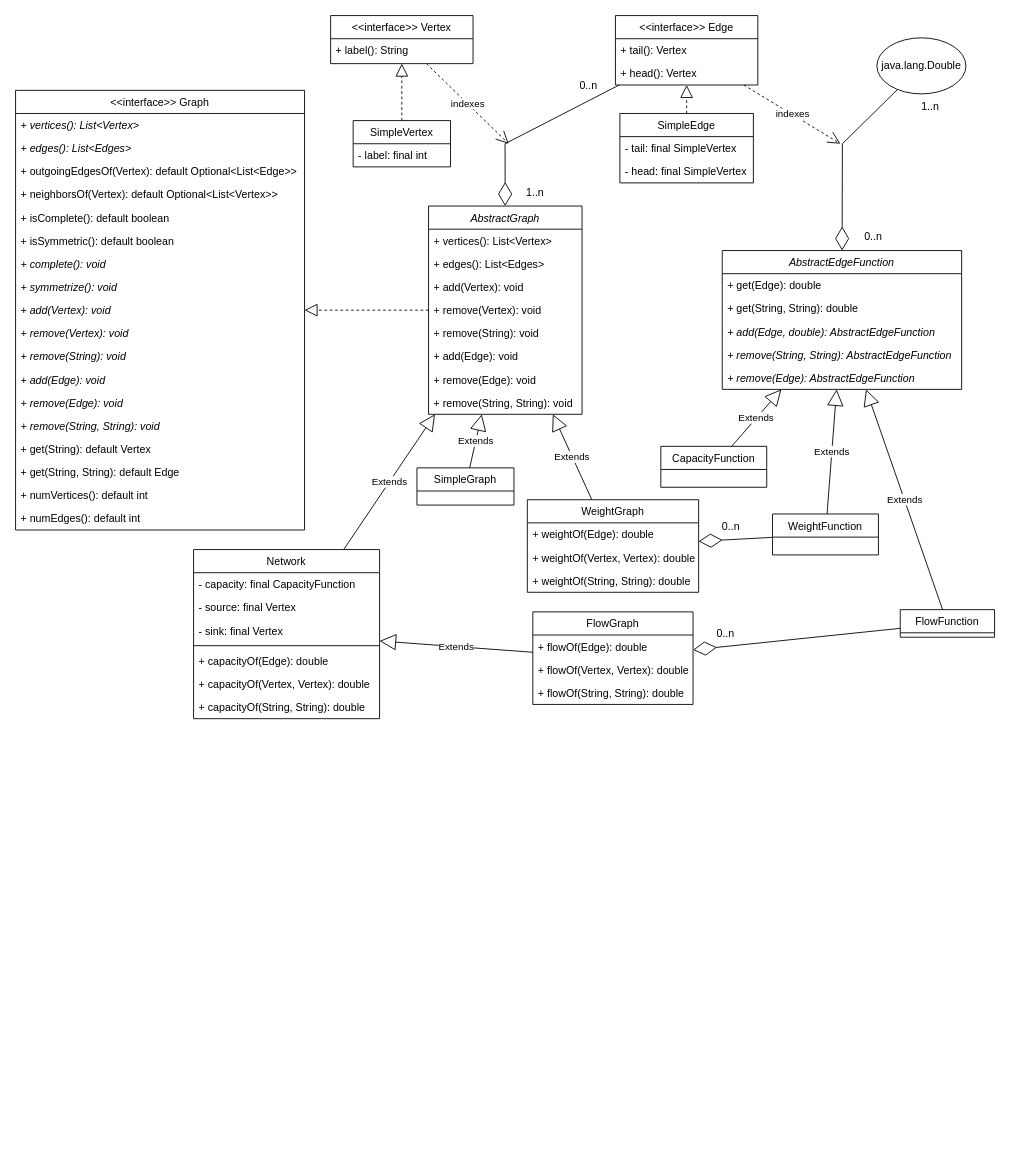
Above: docs/graph.drawio in mgmu/jraf (draw.io), before the change. Source tidied: cells renumbered, new cells numbered last; positions are measured from the earlier drawing's top-left corner, leaving out a move shared by most shapes. Both pictures are drawn from the tidied source at 89%, with x=0, y=0 at pixel (15, 15).
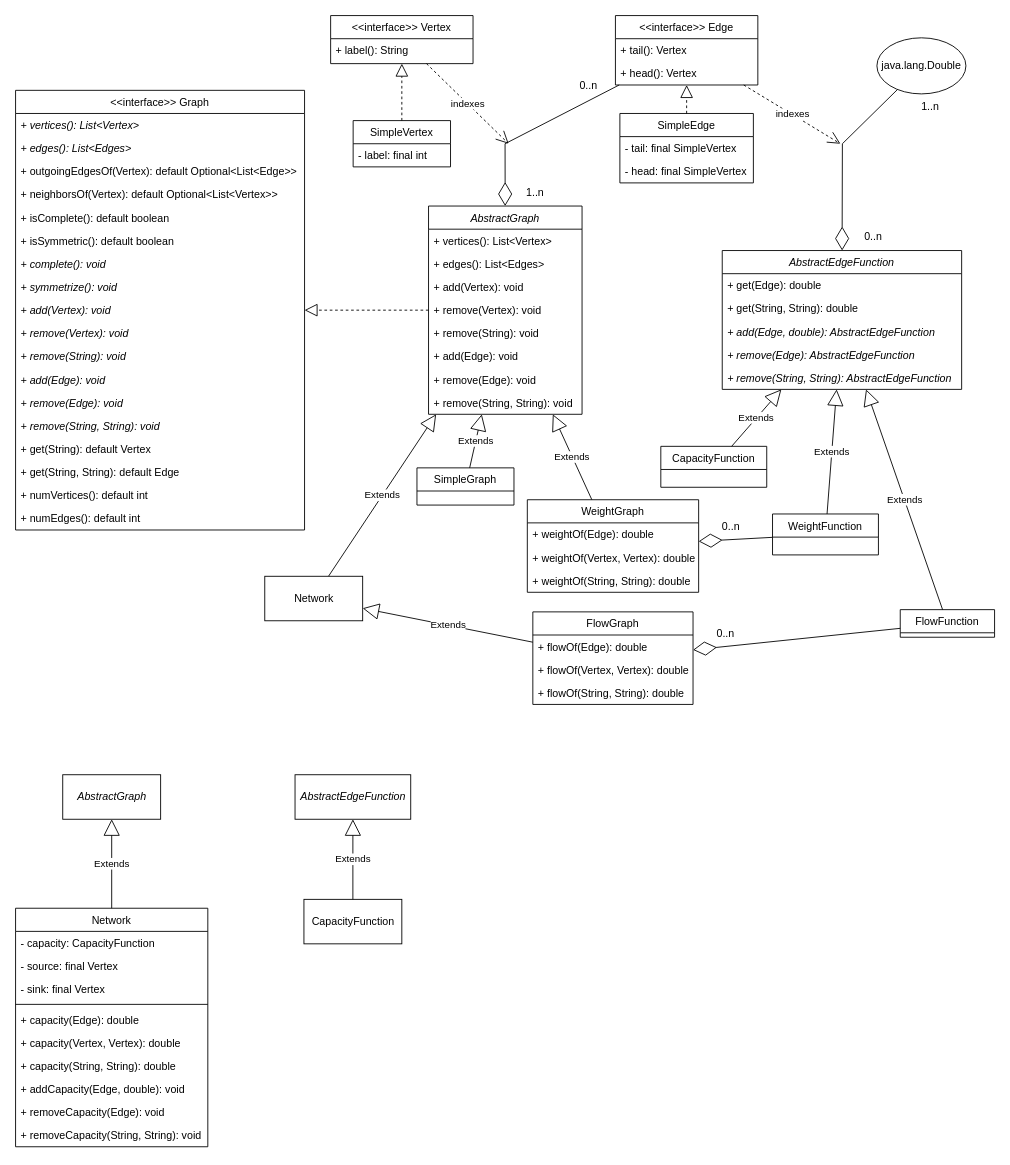
Above is the later version.

Commit message:
Updated network type diagram

Unchanged cells that the change refers to:
```xml
<mxCell id="33" value="FlowGraph" style="swimlane;fontStyle=0;align=center;verticalAlign=top;horizontal=1;startSize=26;rounded=0;shadow=0;strokeWidth=1;" parent="1" vertex="1">
  <mxGeometry x="581.2" y="670" width="180" height="104" as="geometry" />
</mxCell>
<mxCell id="41" value="AbstractEdgeFunction" style="swimlane;fontStyle=2;align=center;verticalAlign=top;horizontal=1;startSize=26;rounded=0;shadow=0;strokeWidth=1;" parent="1" vertex="1">
  <mxGeometry x="794" y="264" width="269" height="156" as="geometry" />
</mxCell>
<mxCell id="60" value="AbstractGraph" style="swimlane;fontStyle=2;align=center;verticalAlign=top;horizontal=1;startSize=26;rounded=0;shadow=0;strokeWidth=1;" parent="1" vertex="1">
  <mxGeometry x="464" y="214" width="172.5" height="234" as="geometry" />
</mxCell>
```

Diff of the diagram source:
```diff
@@
-    <mxCell id="37" value="Extends" style="endArrow=block;endSize=16;endFill=0;html=1;rounded=0;" parent="1" edge="1" source="33" target="76">
+    <mxCell id="37" value="Extends" style="endArrow=block;endSize=16;endFill=0;html=1;rounded=0;" parent="1" edge="1" source="33" target="98">
       <mxGeometry relative="1" as="geometry" />
     </mxCell>
@@
+    <mxCell id="46" value="+ remove(Edge): AbstractEdgeFunction" style="text;strokeColor=none;fillColor=none;align=left;verticalAlign=top;spacingLeft=4;spacingRight=4;overflow=hidden;fontStyle=2;" parent="41" vertex="1">
+      <mxGeometry y="104" width="269" height="26" as="geometry" />
+    </mxCell>
     <mxCell id="45" value="+ remove(String, String): AbstractEdgeFunction" style="text;strokeColor=none;fillColor=none;align=left;verticalAlign=top;spacingLeft=4;spacingRight=4;overflow=hidden;fontStyle=2;" parent="41" vertex="1">
-      <mxGeometry y="104" width="269" height="26" as="geometry" />
+      <mxGeometry y="130" width="269" height="26" as="geometry" />
     </mxCell>
-    <mxCell id="46" value="+ remove(Edge): AbstractEdgeFunction" style="text;strokeColor=none;fillColor=none;align=left;verticalAlign=top;spacingLeft=4;spacingRight=4;overflow=hidden;fontStyle=2;" parent="41" vertex="1">
-      <mxGeometry y="130" width="269" height="26" as="geometry" />
-    </mxCell>
@@
-    <mxCell id="76" value="Network" style="swimlane;fontStyle=0;align=center;verticalAlign=top;horizontal=1;startSize=26;rounded=0;shadow=0;strokeWidth=1;" parent="1" vertex="1">
-      <mxGeometry x="200" y="600" width="209" height="190" as="geometry" />
-    </mxCell>
-    <mxCell id="77" value="- capacity: final CapacityFunction" style="text;strokeColor=none;fillColor=none;align=left;verticalAlign=top;spacingLeft=4;spacingRight=4;overflow=hidden;" parent="76" vertex="1">
-      <mxGeometry y="26" width="209" height="26" as="geometry" />
-    </mxCell>
-    <mxCell id="78" value="- source: final Vertex" style="text;strokeColor=none;fillColor=none;align=left;verticalAlign=top;spacingLeft=4;spacingRight=4;overflow=hidden;" parent="76" vertex="1">
-      <mxGeometry y="52" width="209" height="26" as="geometry" />
-    </mxCell>
-    <mxCell id="79" value="- sink: final Vertex" style="text;strokeColor=none;fillColor=none;align=left;verticalAlign=top;spacingLeft=4;spacingRight=4;overflow=hidden;" parent="76" vertex="1">
-      <mxGeometry y="78" width="209" height="26" as="geometry" />
-    </mxCell>
-    <mxCell id="80" style="line;strokeWidth=1;fillColor=none;align=left;verticalAlign=middle;spacingTop=-1;spacingLeft=3;spacingRight=3;labelPosition=right;strokeColor=inherit;" parent="76" vertex="1">
-      <mxGeometry y="104" width="209" height="8" as="geometry" />
-    </mxCell>
-    <mxCell id="81" value="+ capacityOf(Edge): double" style="text;strokeColor=none;fillColor=none;align=left;verticalAlign=top;spacingLeft=4;spacingRight=4;overflow=hidden;" parent="76" vertex="1">
-      <mxGeometry y="112" width="209" height="26" as="geometry" />
-    </mxCell>
-    <mxCell id="82" value="+ capacityOf(Vertex, Vertex): double" style="text;strokeColor=none;fillColor=none;align=left;verticalAlign=top;spacingLeft=4;spacingRight=4;overflow=hidden;" parent="76" vertex="1">
-      <mxGeometry y="138" width="209" height="26" as="geometry" />
-    </mxCell>
-    <mxCell id="83" value="+ capacityOf(String, String): double" style="text;strokeColor=none;fillColor=none;align=left;verticalAlign=top;spacingLeft=4;spacingRight=4;overflow=hidden;" parent="76" vertex="1">
-      <mxGeometry y="164" width="209" height="26" as="geometry" />
-    </mxCell>
-    <mxCell id="84" value="Extends" style="endArrow=block;endSize=16;endFill=0;html=1;rounded=0;" parent="1" edge="1" source="76" target="60">
+    <mxCell id="84" value="Extends" style="endArrow=block;endSize=16;endFill=0;html=1;rounded=0;" parent="1" edge="1" source="98" target="60">
       <mxGeometry relative="1" as="geometry" />
     </mxCell>
@@
+    <mxCell id="76" value="Network" style="swimlane;fontStyle=0;align=center;verticalAlign=top;horizontal=1;startSize=26;rounded=0;shadow=0;strokeWidth=1;" parent="1" vertex="1">
+      <mxGeometry y="1003" width="216" height="268" as="geometry" />
+    </mxCell>
+    <mxCell id="89" value="- capacity: CapacityFunction" style="text;strokeColor=none;fillColor=none;align=left;verticalAlign=top;spacingLeft=4;spacingRight=4;overflow=hidden;" parent="76" vertex="1">
+      <mxGeometry y="26" width="216" height="26" as="geometry" />
+    </mxCell>
+    <mxCell id="78" value="- source: final Vertex" style="text;strokeColor=none;fillColor=none;align=left;verticalAlign=top;spacingLeft=4;spacingRight=4;overflow=hidden;" parent="76" vertex="1">
+      <mxGeometry y="52" width="216" height="26" as="geometry" />
+    </mxCell>
+    <mxCell id="79" value="- sink: final Vertex" style="text;strokeColor=none;fillColor=none;align=left;verticalAlign=top;spacingLeft=4;spacingRight=4;overflow=hidden;" parent="76" vertex="1">
+      <mxGeometry y="78" width="216" height="26" as="geometry" />
+    </mxCell>
+    <mxCell id="90" style="line;strokeWidth=1;fillColor=none;align=left;verticalAlign=middle;spacingTop=-1;spacingLeft=3;spacingRight=3;labelPosition=right;strokeColor=inherit;" parent="76" vertex="1">
+      <mxGeometry y="104" width="216" height="8" as="geometry" />
+    </mxCell>
+    <mxCell id="91" value="+ capacity(Edge): double" style="text;strokeColor=none;fillColor=none;align=left;verticalAlign=top;spacingLeft=4;spacingRight=4;overflow=hidden;" parent="76" vertex="1">
+      <mxGeometry y="112" width="216" height="26" as="geometry" />
+    </mxCell>
+    <mxCell id="92" value="+ capacity(Vertex, Vertex): double" style="text;strokeColor=none;fillColor=none;align=left;verticalAlign=top;spacingLeft=4;spacingRight=4;overflow=hidden;" parent="76" vertex="1">
+      <mxGeometry y="138" width="216" height="26" as="geometry" />
+    </mxCell>
+    <mxCell id="93" value="+ capacity(String, String): double" style="text;strokeColor=none;fillColor=none;align=left;verticalAlign=top;spacingLeft=4;spacingRight=4;overflow=hidden;" parent="76" vertex="1">
+      <mxGeometry y="164" width="216" height="26" as="geometry" />
+    </mxCell>
+    <mxCell id="94" value="+ addCapacity(Edge, double): void" style="text;strokeColor=none;fillColor=none;align=left;verticalAlign=top;spacingLeft=4;spacingRight=4;overflow=hidden;fontStyle=0;" parent="76" vertex="1">
+      <mxGeometry y="190" width="216" height="26" as="geometry" />
+    </mxCell>
+    <mxCell id="95" value="+ removeCapacity(Edge): void" style="text;strokeColor=none;fillColor=none;align=left;verticalAlign=top;spacingLeft=4;spacingRight=4;overflow=hidden;fontStyle=0;" parent="76" vertex="1">
+      <mxGeometry y="216" width="216" height="26" as="geometry" />
+    </mxCell>
+    <mxCell id="96" value="+ removeCapacity(String, String): void" style="text;strokeColor=none;fillColor=none;align=left;verticalAlign=top;spacingLeft=4;spacingRight=4;overflow=hidden;fontStyle=0;" parent="76" vertex="1">
+      <mxGeometry y="242" width="216" height="26" as="geometry" />
+    </mxCell>
+    <mxCell id="97" value="&lt;i&gt;AbstractGraph&lt;/i&gt;" style="html=1;" parent="1" vertex="1">
+      <mxGeometry x="53" y="853" width="110" height="50" as="geometry" />
+    </mxCell>
+    <mxCell id="98" value="Network" style="html=1;" parent="1" vertex="1">
+      <mxGeometry x="280" y="630" width="110" height="50" as="geometry" />
+    </mxCell>
+    <mxCell id="99" value="Extends" style="endArrow=block;endSize=16;endFill=0;html=1;rounded=0;" parent="1" edge="1" source="76" target="97">
+      <mxGeometry relative="1" as="geometry" />
+    </mxCell>
+    <mxCell id="100" value="CapacityFunction" style="html=1;" parent="1" vertex="1">
+      <mxGeometry x="324" y="993" width="110" height="50" as="geometry" />
+    </mxCell>
+    <mxCell id="101" value="&lt;i&gt;AbstractEdgeFunction&lt;/i&gt;" style="html=1;" parent="1" vertex="1">
+      <mxGeometry x="314" y="853" width="130" height="50" as="geometry" />
+    </mxCell>
+    <mxCell id="102" value="Extends" style="endArrow=block;endSize=16;endFill=0;html=1;rounded=0;" parent="1" edge="1" source="100" target="101">
+      <mxGeometry relative="1" as="geometry" />
+    </mxCell>
```
